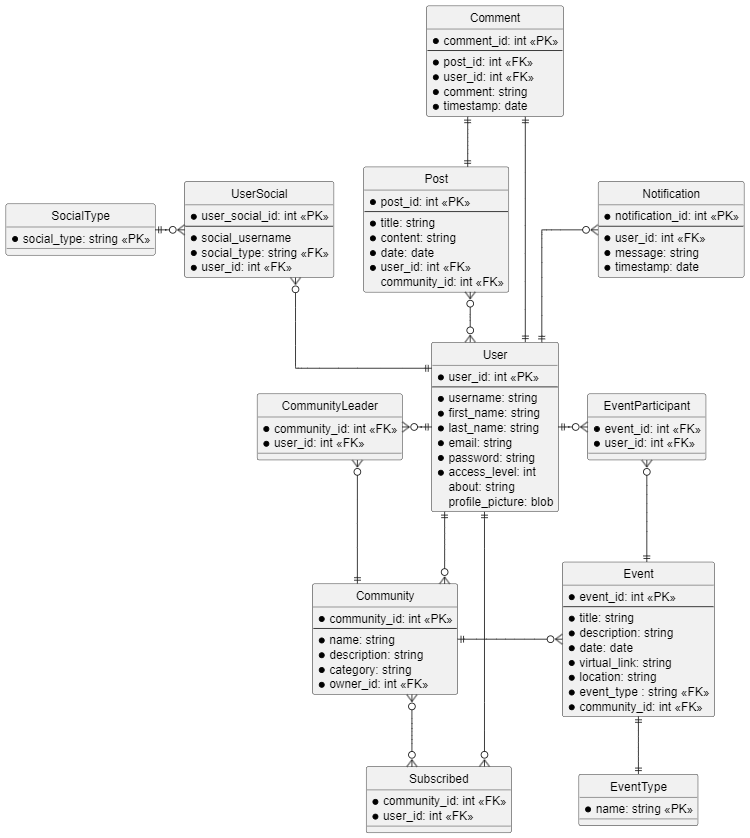
Earlier version of the PlantUML export Guidelines/ERD.png (sudefidan/Docker_Thingy). Its source is kept beside it as Guidelines/ERD.puml.
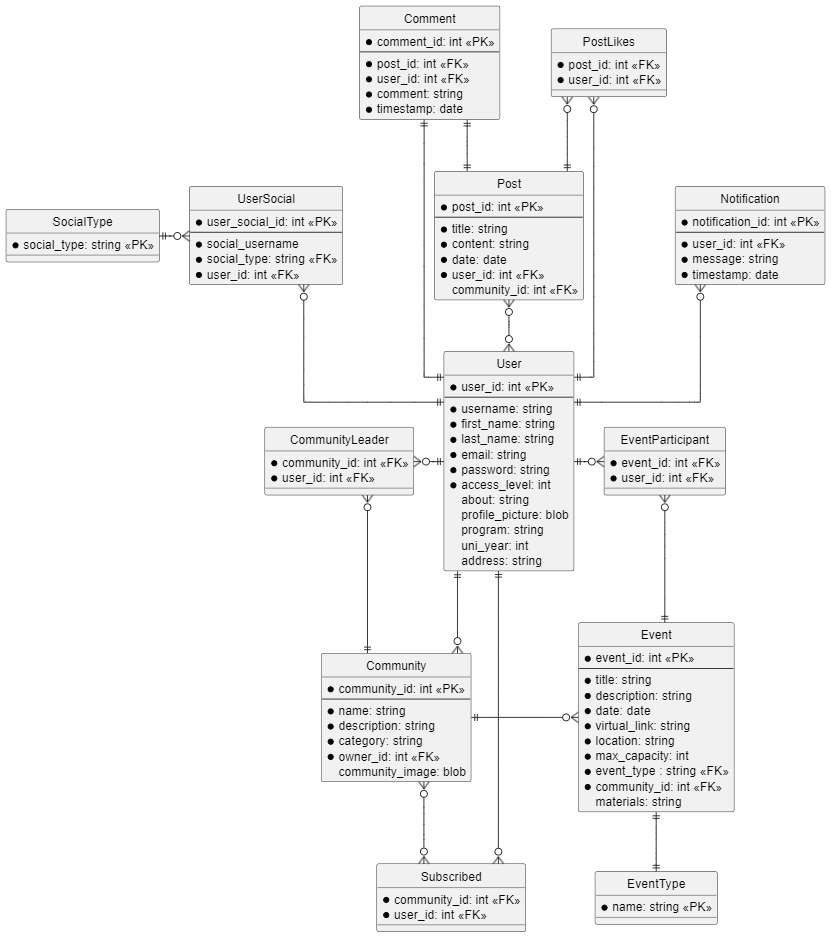
The same file after the commit.

Diff of the diagram source:
```diff
@@ -14,6 +14,9 @@
     * access_level: int
     about: string
     profile_picture: blob
+    program: string
+    uni_year: int
+    address: string
 }
 
 entity Subscribed {
@@ -29,8 +32,10 @@
     * date: date
     * virtual_link: string
     * location: string
+    * max_capacity: int
     * event_type : string <<FK>>
     * community_id: int <<FK>>
+    materials: string
 }
 
 entity Community {
@@ -40,6 +45,7 @@
     * description: string
     * category: string
     * owner_id: int <<FK>>
+    community_image: blob
 }
 
 entity EventType {
@@ -95,6 +101,11 @@
     * timestamp: date
 }
 
+entity PostLikes {
+    * post_id: int <<FK>>
+    * user_id: int <<FK>>
+}
+
 User ||--o{ Subscribed
 User }o-up-o{ Post
 User ||--o{ Community
@@ -113,4 +124,7 @@
 
 Event ||--|| EventType
 
+PostLikes }o--|| User
+PostLikes }o--|| Post
+
 @enduml
```
